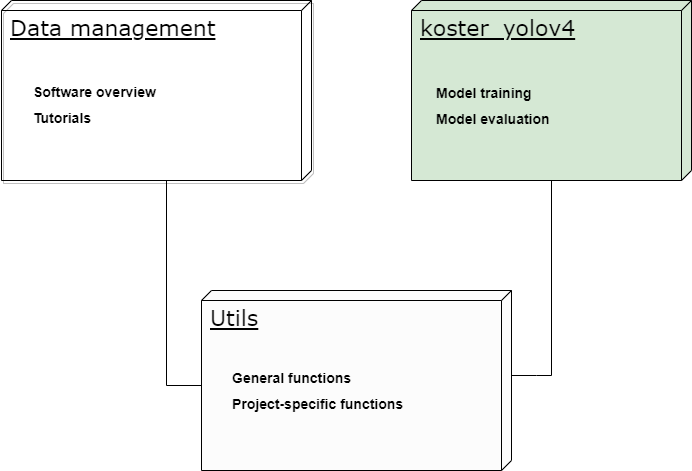
pilarnavarro/koster_data_management keeps this draw.io diagram as images/Koster_object_detection_module.png. Above is the earlier version. Source tidied: cells renumbered, new cells last; positions are measured from the earlier drawing's top-left corner, leaving out a move shared by most shapes.
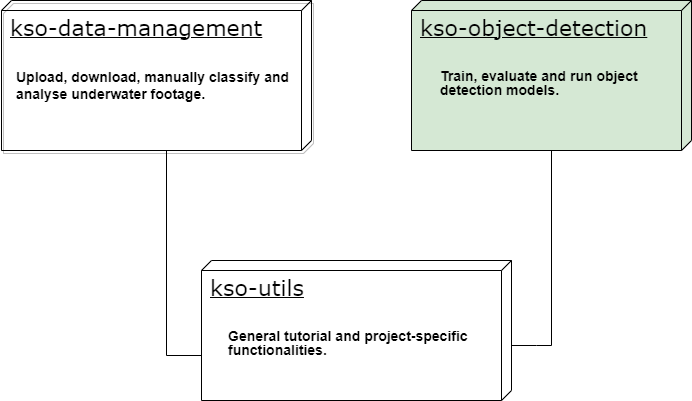
Above is the later version.

Commit message:
docs(rename): match module diagrams to new repo names

Diff of the diagram source:
```diff
@@ -2,14 +2,14 @@
   <root>
     <mxCell id="0" />
     <mxCell id="1" parent="0" />
-    <mxCell id="2" value="&lt;font style=&quot;font-size: 22px&quot;&gt;Utils&lt;/font&gt;" style="verticalAlign=top;align=left;spacingTop=8;spacingLeft=7;spacingRight=12;shape=cube;size=10;direction=south;fontStyle=4;html=1;rounded=0;shadow=0;comic=0;labelBackgroundColor=none;strokeWidth=1;fontFamily=Verdana;fontSize=12;fillColor=#FCFCFC;" parent="1" vertex="1">
-      <mxGeometry x="200" y="290" width="310" height="180" as="geometry" />
+    <mxCell id="2" value="&lt;font style=&quot;font-size: 22px&quot;&gt;kso-utils&lt;/font&gt;" style="verticalAlign=top;align=left;spacingTop=8;spacingLeft=7;spacingRight=12;shape=cube;size=10;direction=south;fontStyle=4;html=1;rounded=0;shadow=0;comic=0;labelBackgroundColor=none;strokeWidth=1;fontFamily=Verdana;fontSize=12;fillColor=none;" parent="1" vertex="1">
+      <mxGeometry x="200" y="290" width="310" height="140" as="geometry" />
     </mxCell>
-    <mxCell id="3" value="&lt;font style=&quot;font-size: 22px&quot;&gt;Data management&lt;/font&gt;" style="verticalAlign=top;align=left;spacingTop=8;spacingLeft=7;spacingRight=12;shape=cube;size=10;direction=south;fontStyle=4;html=1;rounded=0;shadow=1;comic=0;labelBackgroundColor=none;strokeWidth=1;fontFamily=Verdana;fontSize=12;fillColor=none;" parent="1" vertex="1">
-      <mxGeometry width="310" height="180" as="geometry" />
+    <mxCell id="3" value="&lt;font style=&quot;&quot;&gt;&lt;span style=&quot;background-color: initial; font-size: 22px;&quot;&gt;kso-data-management&lt;/span&gt;&lt;span style=&quot;font-size: 22px;&quot;&gt;&lt;br&gt;&lt;/span&gt;&lt;br&gt;&lt;/font&gt;" style="verticalAlign=top;align=left;spacingTop=8;spacingLeft=7;spacingRight=12;shape=cube;size=10;direction=south;fontStyle=4;html=1;rounded=0;shadow=1;comic=0;labelBackgroundColor=none;strokeWidth=1;fontFamily=Verdana;fontSize=12;fillColor=none;" parent="1" vertex="1">
+      <mxGeometry y="30" width="310" height="150" as="geometry" />
     </mxCell>
-    <mxCell id="4" value="&lt;font style=&quot;font-size: 22px&quot;&gt;koster_yolov4&lt;/font&gt;" style="verticalAlign=top;align=left;spacingTop=8;spacingLeft=7;spacingRight=12;shape=cube;size=10;direction=south;fontStyle=4;html=1;rounded=0;shadow=0;comic=0;labelBackgroundColor=none;strokeWidth=1;fontFamily=Verdana;fontSize=12;fillColor=#D5E8D4;" parent="1" vertex="1">
-      <mxGeometry x="410" width="280" height="180" as="geometry" />
+    <mxCell id="4" value="&lt;font style=&quot;font-size: 22px&quot;&gt;kso-object-detection&lt;/font&gt;" style="verticalAlign=top;align=left;spacingTop=8;spacingLeft=7;spacingRight=12;shape=cube;size=10;direction=south;fontStyle=4;html=1;rounded=0;shadow=0;comic=0;labelBackgroundColor=none;strokeWidth=1;fontFamily=Verdana;fontSize=12;fillColor=#D5E8D4;" parent="1" vertex="1">
+      <mxGeometry x="410" y="30" width="280" height="150" as="geometry" />
     </mxCell>
     <mxCell id="5" style="edgeStyle=orthogonalEdgeStyle;rounded=0;html=1;labelBackgroundColor=none;startArrow=none;startFill=0;startSize=8;endArrow=open;endFill=0;endSize=16;fontFamily=Verdana;fontSize=12;dashed=1;" parent="1" edge="1">
       <mxGeometry relative="1" as="geometry">
@@ -35,14 +35,17 @@
         </Array>
       </mxGeometry>
     </mxCell>
-    <mxCell id="8" value="&lt;p style=&quot;line-height: 0.6&quot;&gt;&lt;b&gt;&lt;font style=&quot;font-size: 14px ; line-height: 1&quot;&gt;Software overview&lt;/font&gt;&lt;/b&gt;&lt;/p&gt;&lt;p style=&quot;line-height: 0.6&quot;&gt;&lt;b&gt;&lt;font style=&quot;font-size: 14px ; line-height: 1&quot;&gt;Tutorials&lt;/font&gt;&lt;/b&gt;&lt;/p&gt;" style="text;html=1;strokeColor=none;fillColor=none;align=left;verticalAlign=top;whiteSpace=wrap;rounded=0;" parent="1" vertex="1">
-      <mxGeometry x="30" y="66" width="220" height="108" as="geometry" />
+    <mxCell id="8" value="&lt;p style=&quot;line-height: 0.6&quot;&gt;&lt;/p&gt;&lt;span style=&quot;font-size: 14px;&quot;&gt;&lt;b&gt;Upload, download, manually classify and analyse underwater footage.&lt;/b&gt;&lt;/span&gt;" style="text;html=1;strokeColor=none;fillColor=none;align=left;verticalAlign=top;whiteSpace=wrap;rounded=0;" parent="1" vertex="1">
+      <mxGeometry x="13" y="80" width="290" height="74" as="geometry" />
     </mxCell>
-    <mxCell id="9" value="&lt;p style=&quot;line-height: 0.6&quot;&gt;&lt;b&gt;&lt;font style=&quot;font-size: 14px ; line-height: 1&quot;&gt;Model training&lt;/font&gt;&lt;/b&gt;&lt;/p&gt;&lt;p style=&quot;line-height: 0.6&quot;&gt;&lt;b&gt;&lt;font style=&quot;font-size: 14px ; line-height: 1&quot;&gt;Model evaluation&lt;/font&gt;&lt;/b&gt;&lt;/p&gt;" style="text;html=1;strokeColor=none;fillColor=none;align=left;verticalAlign=top;whiteSpace=wrap;rounded=0;" parent="1" vertex="1">
-      <mxGeometry x="433" y="67" width="220" height="108" as="geometry" />
+    <mxCell id="9" value="&lt;p style=&quot;line-height: 0.6&quot;&gt;&lt;b style=&quot;background-color: initial;&quot;&gt;&lt;font style=&quot;font-size: 14px ; line-height: 1&quot;&gt;Train, evaluate and run object detection models.&lt;/font&gt;&lt;/b&gt;&lt;br&gt;&lt;/p&gt;" style="text;html=1;strokeColor=none;fillColor=none;align=left;verticalAlign=top;whiteSpace=wrap;rounded=0;" parent="1" vertex="1">
+      <mxGeometry x="437" y="80" width="244" height="63" as="geometry" />
     </mxCell>
-    <mxCell id="10" value="&lt;p style=&quot;line-height: 0.6&quot;&gt;&lt;b&gt;&lt;font style=&quot;font-size: 14px ; line-height: 1&quot;&gt;General functions&lt;/font&gt;&lt;/b&gt;&lt;/p&gt;&lt;p style=&quot;line-height: 0.6&quot;&gt;&lt;b&gt;&lt;font style=&quot;font-size: 14px ; line-height: 1&quot;&gt;Project-specific functions&lt;br&gt;&lt;/font&gt;&lt;/b&gt;&lt;/p&gt;" style="text;html=1;strokeColor=none;fillColor=none;align=left;verticalAlign=top;whiteSpace=wrap;rounded=0;" parent="1" vertex="1">
-      <mxGeometry x="229" y="352" width="220" height="108" as="geometry" />
+    <mxCell id="10" value="&lt;p style=&quot;line-height: 0.6&quot;&gt;&lt;b&gt;&lt;font style=&quot;font-size: 14px ; line-height: 1&quot;&gt;General tutorial and project-specific functionalities.&lt;/font&gt;&lt;/b&gt;&lt;/p&gt;" style="text;html=1;strokeColor=none;fillColor=none;align=left;verticalAlign=top;whiteSpace=wrap;rounded=0;" parent="1" vertex="1">
+      <mxGeometry x="225" y="340" width="257" height="60" as="geometry" />
     </mxCell>
+    <mxCell id="11" style="edgeStyle=orthogonalEdgeStyle;rounded=0;orthogonalLoop=1;jettySize=auto;html=1;exitX=0.5;exitY=1;exitDx=0;exitDy=0;" parent="1" edge="1" source="9" target="9">
+      <mxGeometry relative="1" as="geometry" />
+    </mxCell>
   </root>
 </mxGraphModel>
```
